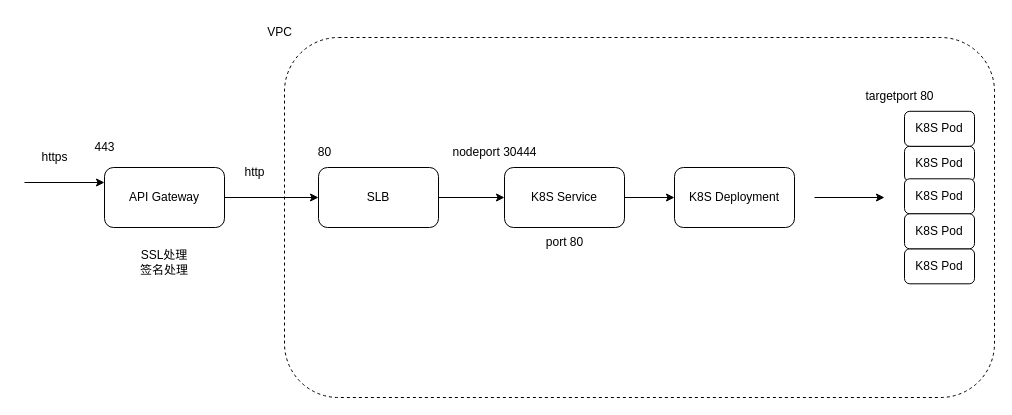
The draw.io diagram VF/scrm_access.drawio in yeahsyoung/diagram, before the edit. Source tidied: cells renumbered, new cells numbered last; positions are measured from the earlier drawing's top-left corner, leaving out a move shared by most shapes. Both pictures are drawn from the tidied source at 100%, with x=0, y=0 at pixel (24, 17).
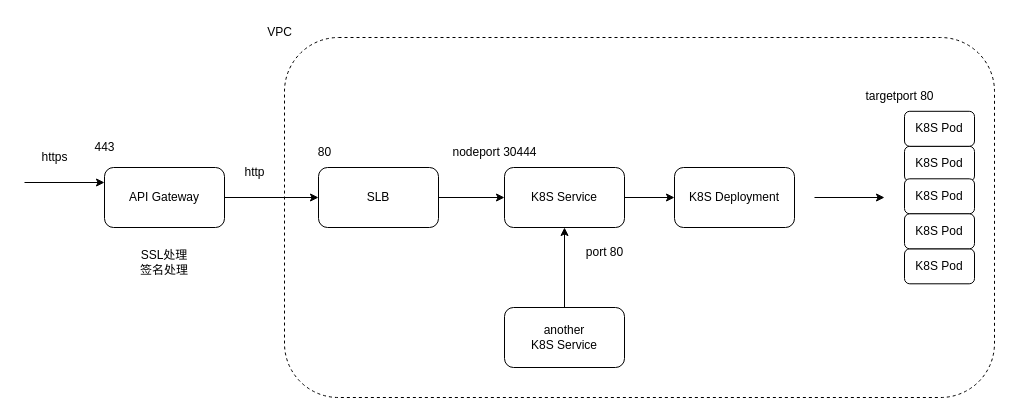
The same diagram, later.

The change refers to these unchanged cells:
```xml
<mxCell id="8" value="K8S Service" style="rounded=1;whiteSpace=wrap;html=1;" parent="1" vertex="1">
  <mxGeometry x="480" y="150" width="120" height="60" as="geometry" />
</mxCell>
```

What changed in the source:
```diff
@@
     <mxCell id="26" value="port 80" style="text;html=1;align=center;verticalAlign=middle;strokeColor=none;fillColor=none;" parent="1" vertex="1">
-      <mxGeometry x="510" y="210" width="60" height="30" as="geometry" />
+      <mxGeometry x="550" y="220" width="60" height="30" as="geometry" />
     </mxCell>
+    <mxCell id="27" style="edgeStyle=orthogonalEdgeStyle;rounded=0;jettySize=auto;html=1;exitX=0.5;exitY=0;exitDx=0;exitDy=0;entryX=0.5;entryY=1;entryDx=0;entryDy=0;" parent="1" edge="1" source="28" target="8">
+      <mxGeometry relative="1" as="geometry" />
+    </mxCell>
+    <mxCell id="28" value="another &lt;br&gt;K8S Service" style="rounded=1;whiteSpace=wrap;html=1;" parent="1" vertex="1">
+      <mxGeometry x="480" y="290" width="120" height="60" as="geometry" />
+    </mxCell>
```
